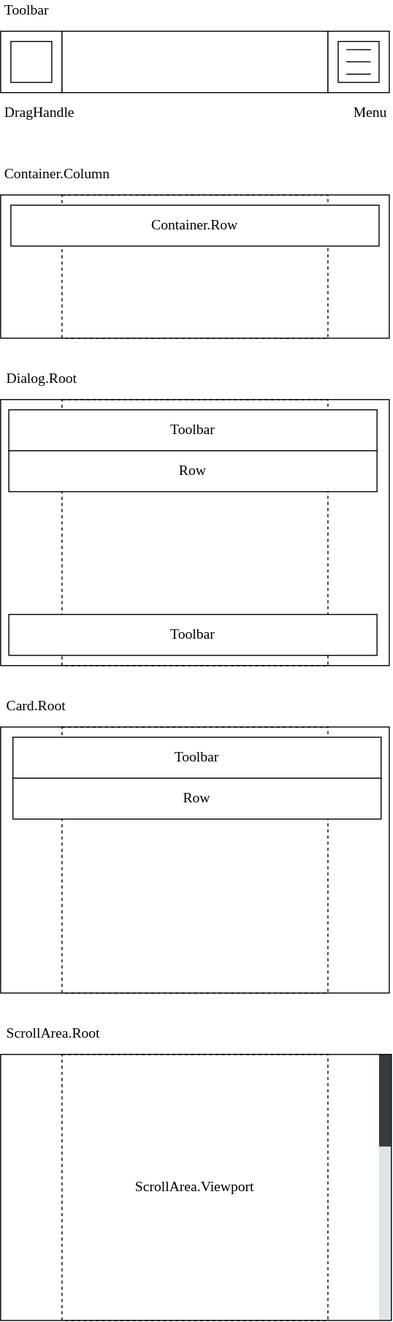
dxos/dxos keeps this draw.io diagram as packages/ui/ui-theme/docs/ui.drawio.svg. Above is the earlier version. Source tidied: cells renumbered, new cells last; positions are measured from the earlier drawing's top-left corner, leaving out a move shared by most shapes.
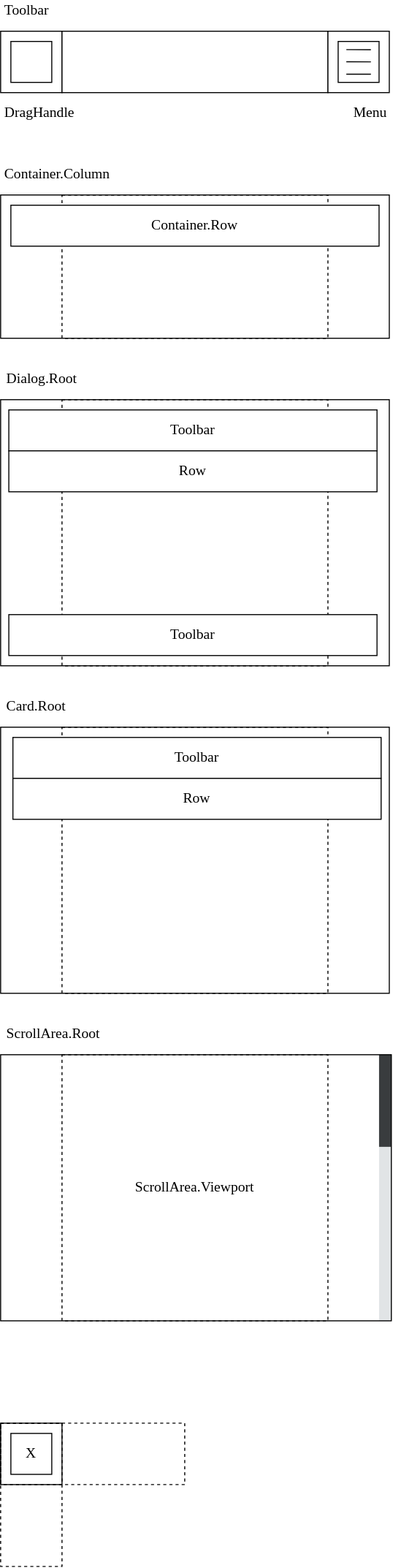
Later version of the same file.

What changed in the source:
```diff
@@ -2,6 +2,9 @@
   <root>
     <mxCell id="0" />
     <mxCell id="1" parent="0" />
+    <mxCell id="35" style="rounded=0;whiteSpace=wrap;html=1;fontFamily=Space Grotesk;fontSize=14;" parent="1" vertex="1">
+      <mxGeometry y="1390" width="60" height="60" as="geometry" />
+    </mxCell>
     <mxCell id="2" style="rounded=0;whiteSpace=wrap;html=1;fontFamily=Space Grotesk;fontSize=14;" parent="1" vertex="1">
       <mxGeometry y="30" width="60" height="60" as="geometry" />
     </mxCell>
@@ -110,5 +113,14 @@
     <mxCell id="34" value="Row" style="rounded=0;whiteSpace=wrap;html=1;fontFamily=Space Grotesk;fontSize=14;" parent="1" vertex="1">
       <mxGeometry x="8" y="440" width="360" height="40" as="geometry" />
     </mxCell>
+    <mxCell id="36" value="X" style="rounded=0;whiteSpace=wrap;html=1;fontFamily=Space Grotesk;fontSize=14;" parent="1" vertex="1">
+      <mxGeometry x="10" y="1400" width="40" height="40" as="geometry" />
+    </mxCell>
+    <mxCell id="37" style="rounded=0;whiteSpace=wrap;html=1;fontFamily=Space Grotesk;fontSize=14;fillColor=none;dashed=1;" parent="1" vertex="1">
+      <mxGeometry y="1390" width="60" height="140" as="geometry" />
+    </mxCell>
+    <mxCell id="38" style="rounded=0;whiteSpace=wrap;html=1;fontFamily=Space Grotesk;fontSize=14;fillColor=none;dashed=1;" parent="1" vertex="1">
+      <mxGeometry y="1390" width="180" height="60" as="geometry" />
+    </mxCell>
   </root>
 </mxGraphModel>
```
